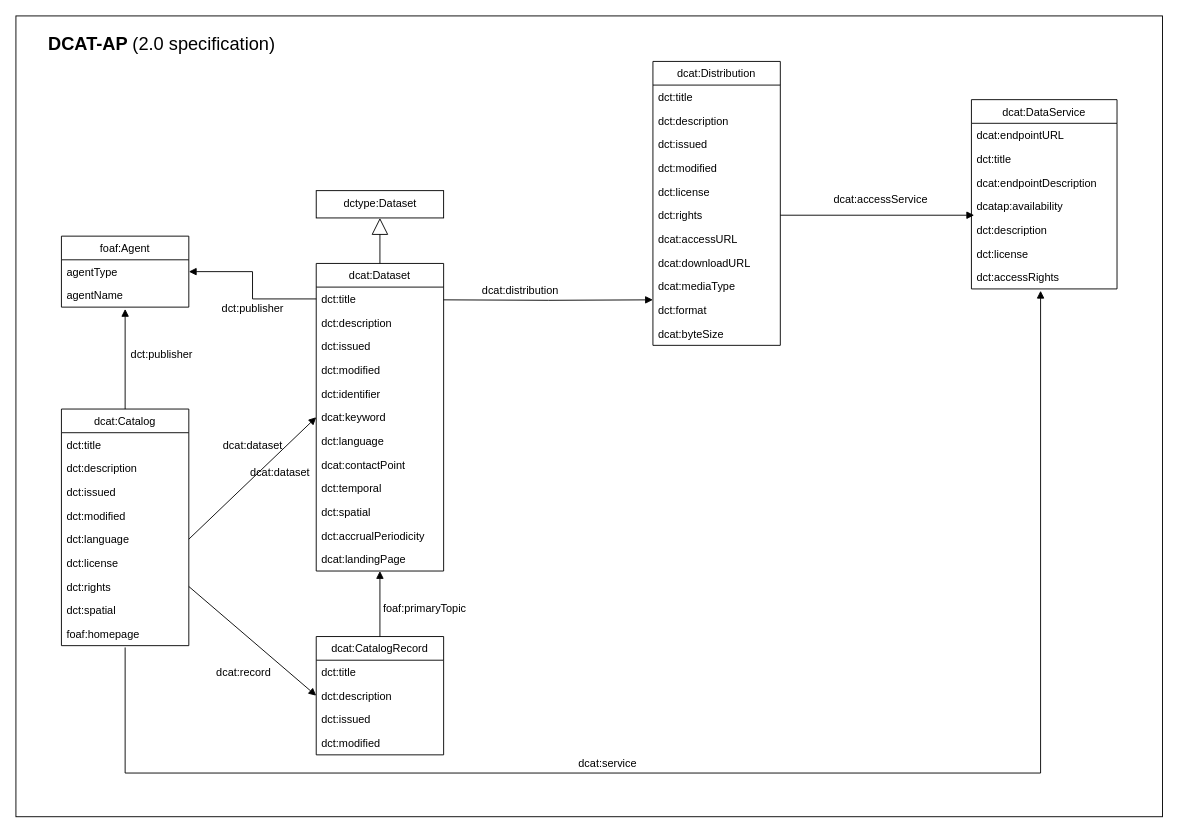
The draw.io diagram doc/SDMX to JSON-LD.drawio in flopezag/IoTAgent-Turtle, before the edit. Source tidied: cells renumbered, new cells numbered last; positions are measured from the earlier drawing's top-left corner, leaving out a move shared by most shapes. Both pictures are drawn from the tidied source at 91%, with x=0, y=0 at pixel (15, 15).
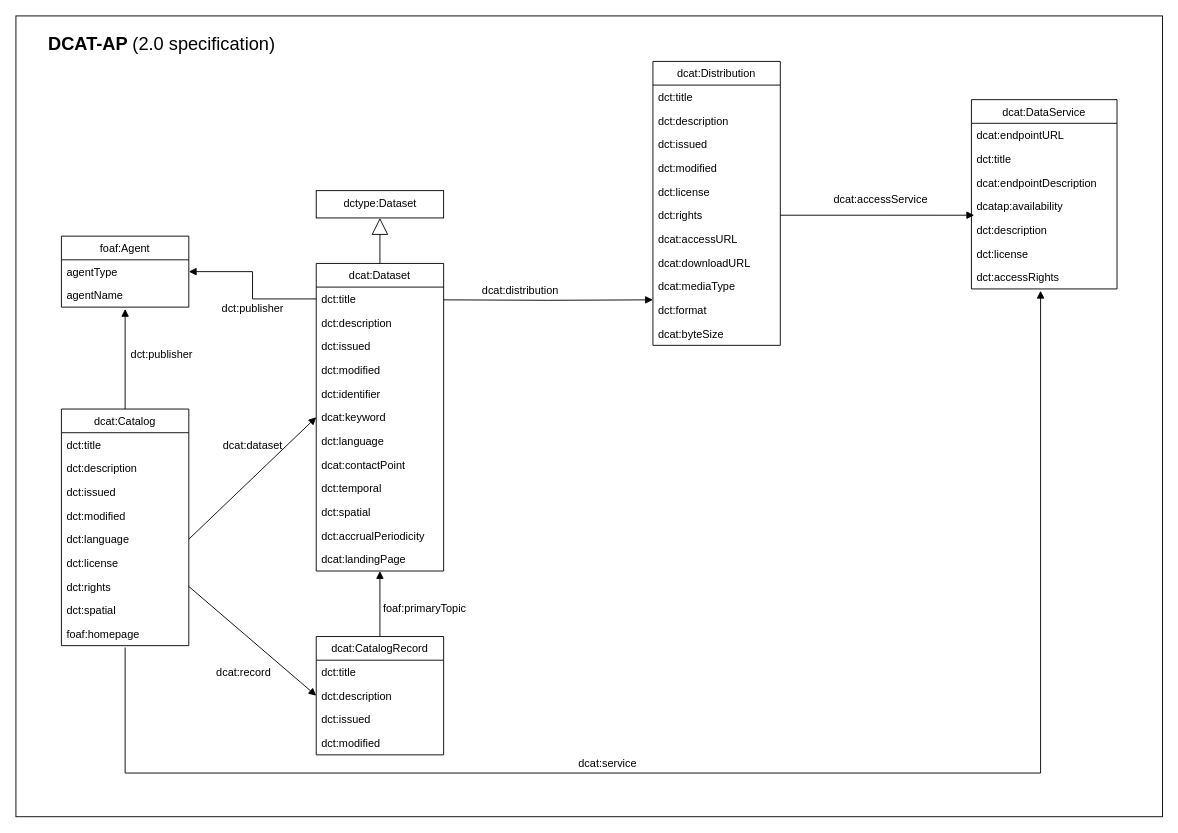
After the change.

Unchanged cells that the change refers to:
```xml
<mxCell id="4" style="group;" parent="2" vertex="1">
  <mxGeometry x="50" y="50" width="1160" height="782" as="geometry" />
</mxCell>
```

Change to the diagram source:
```diff
@@
-    <mxCell id="73" value="dcat:dataset" style="text;html=1;align=center;verticalAlign=middle;strokeColor=none;fillColor=none;" parent="4" vertex="1">
-      <mxGeometry x="200" y="442" width="80" height="20" as="geometry" />
-    </mxCell>
```
